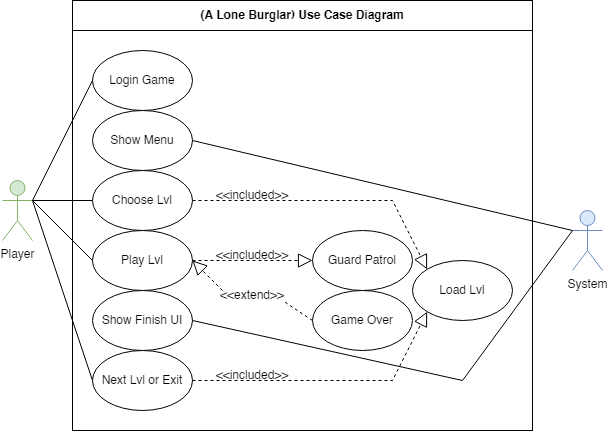
Earlier version of the draw.io export use case diagram.png (johannfac/A-Lone-Burglar). Source tidied: cells renumbered, new cells last; positions are measured from the earlier drawing's top-left corner, leaving out a move shared by most shapes.
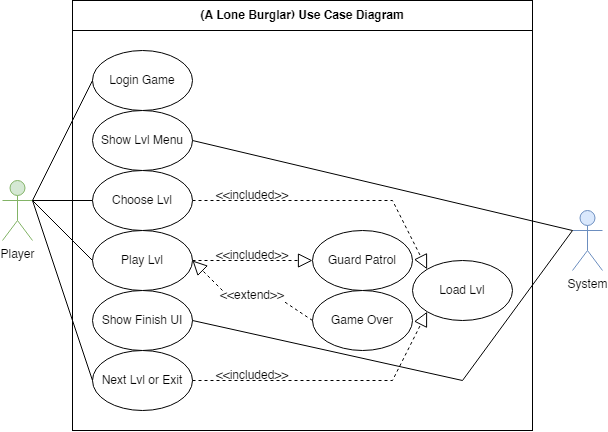
The same file after the commit.

Diff of the diagram source:
```diff
@@ -24,7 +24,7 @@
     <mxCell id="7" value="&amp;lt;&amp;lt;included&amp;gt;&amp;gt;" style="text;html=1;strokeColor=none;fillColor=none;align=center;verticalAlign=middle;whiteSpace=wrap;rounded=0;" parent="1" vertex="1">
       <mxGeometry x="220" y="190" width="60" height="10" as="geometry" />
     </mxCell>
-    <mxCell id="8" value="Show Menu" style="ellipse;whiteSpace=wrap;html=1;" parent="1" vertex="1">
+    <mxCell id="8" value="Show Lvl Menu" style="ellipse;whiteSpace=wrap;html=1;" parent="1" vertex="1">
       <mxGeometry x="90" y="110" width="100" height="60" as="geometry" />
     </mxCell>
     <mxCell id="9" value="Choose Lvl" style="ellipse;whiteSpace=wrap;html=1;" parent="1" vertex="1">
```
